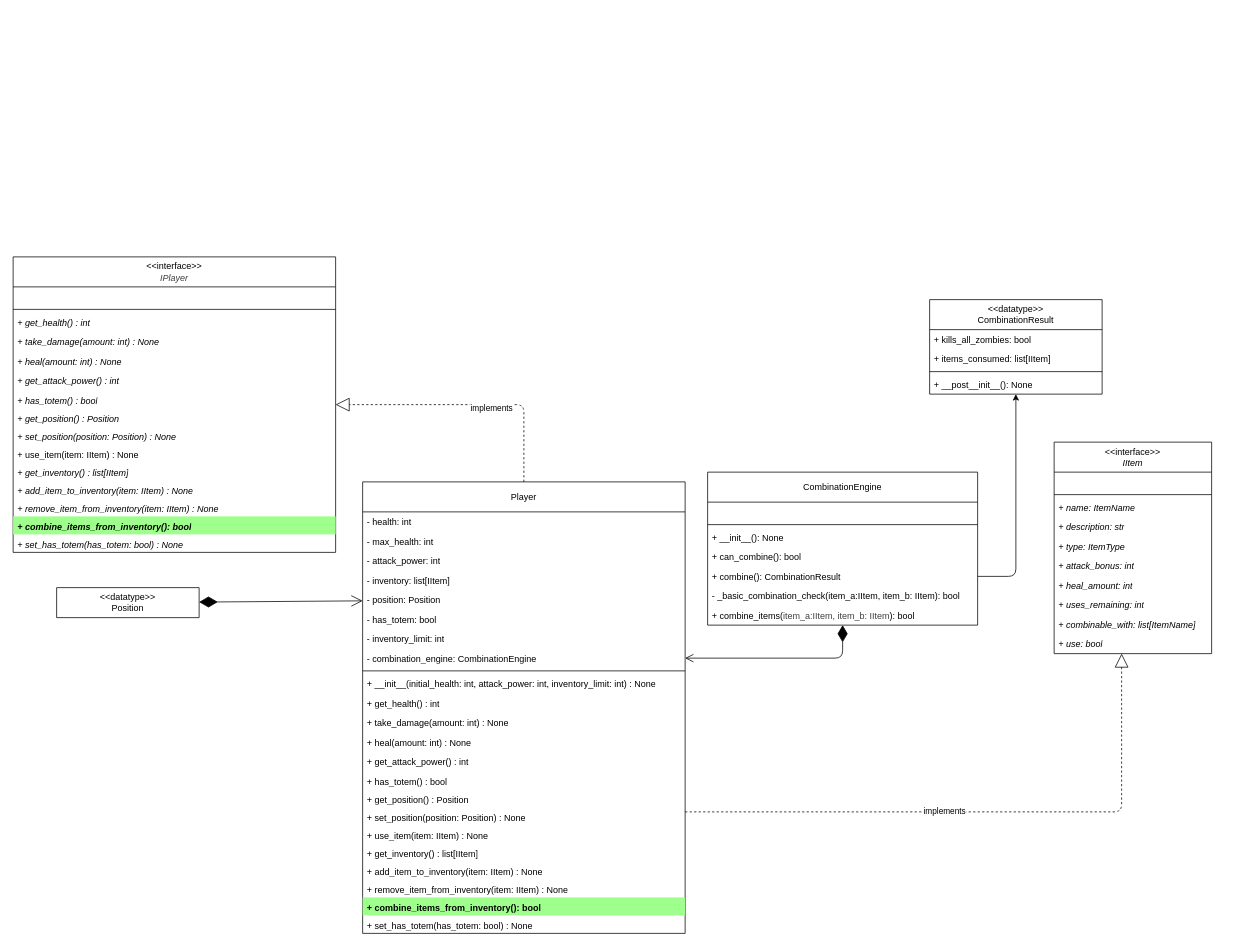
Before: page "player_before" (2 of 3) of src/model/before_pattern.drawio in arsenie-sarmiento/ZombieInMyPocket, a draw.io diagram. Source tidied: cells renumbered, new cells numbered last; positions are measured from the earlier drawing's top-left corner, leaving out a move shared by most shapes. Both pictures are drawn from the tidied source at 75%, with x=0, y=0 at pixel (13, 256).
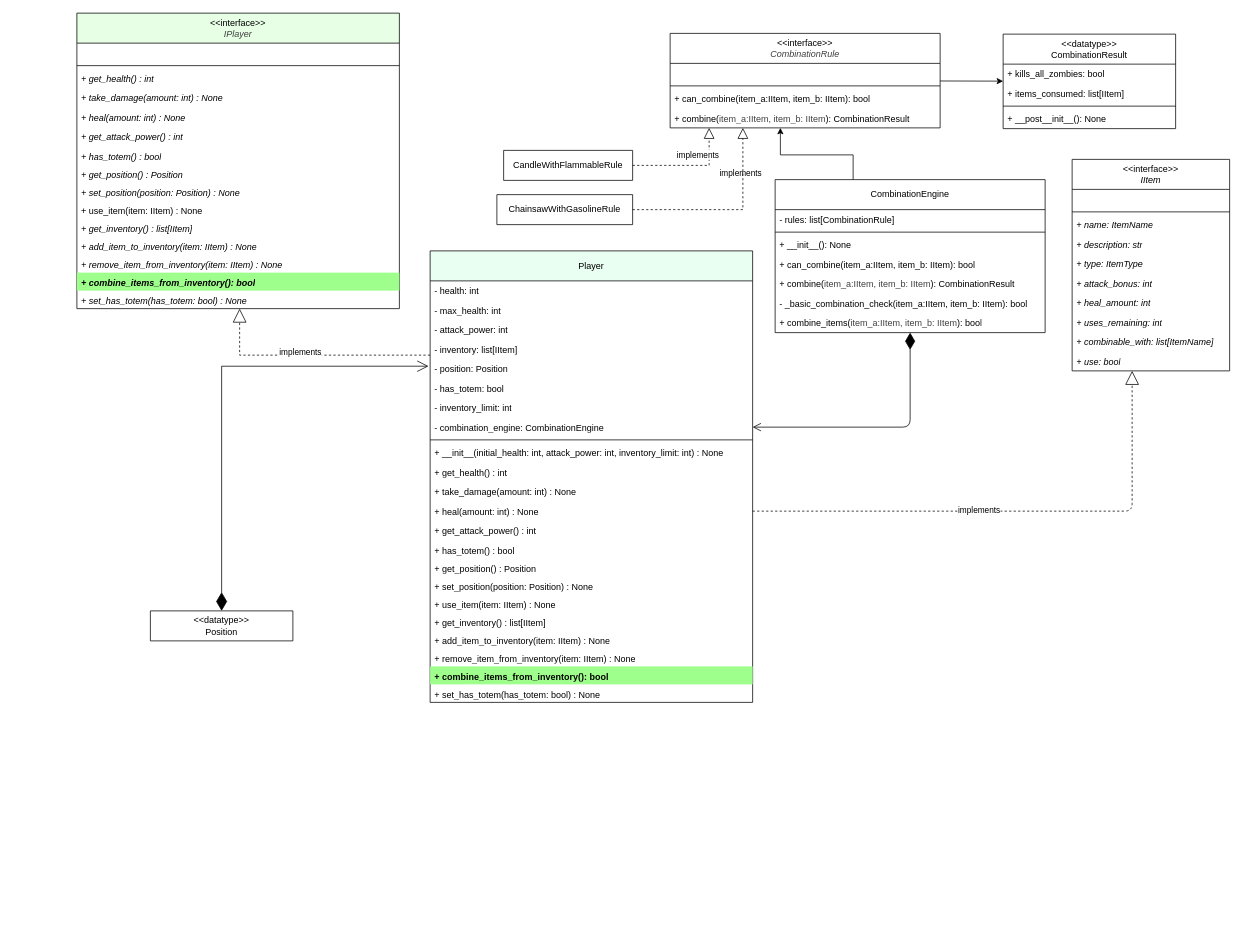
After the change.

Unchanged cells that the change refers to:
```xml
<mxCell id="8" value="- position: Position" style="text;strokeColor=none;fillColor=none;align=left;verticalAlign=top;spacingLeft=4;spacingRight=4;overflow=hidden;points=[[0,0.5],[1,0.5]];portConstraint=eastwest;whiteSpace=wrap;html=1;" parent="3" vertex="1">
  <mxGeometry y="144" width="430" height="26" as="geometry" />
</mxCell>
```

What changed in the source:
```diff
@@
-    <mxCell id="2" style="html=1;endArrow=diamondThin;endFill=1;endSize=22;startSize=13;startArrow=open;startFill=0;" parent="1" edge="1" source="8" target="27">
+    <mxCell id="2" style="html=1;endArrow=diamondThin;endFill=1;endSize=22;startSize=13;startArrow=open;startFill=0;exitX=-0.005;exitY=0.375;exitDx=0;exitDy=0;exitPerimeter=0;edgeStyle=orthogonalEdgeStyle;rounded=0;curved=0;" parent="1" edge="1" source="8" target="27">
       <mxGeometry relative="1" as="geometry" />
     </mxCell>
-    <mxCell id="3" value="Player" style="swimlane;fontStyle=0;horizontal=1;startSize=40;fillColor=none;whiteSpace=wrap;html=1;" parent="1" vertex="1">
-      <mxGeometry x="466" y="300" width="430" height="602" as="geometry" />
+    <mxCell id="3" value="Player" style="swimlane;fontStyle=0;horizontal=1;startSize=40;fillColor=#E8FFF1;whiteSpace=wrap;html=1;" parent="1" vertex="1">
+      <mxGeometry x="556" y="-8" width="430" height="602" as="geometry" />
     </mxCell>
@@
     <mxCell id="27" value="&amp;lt;&amp;lt;datatype&amp;gt;&amp;gt;&lt;br&gt;Position" style="swimlane;fontStyle=0;horizontal=1;startSize=40;fillColor=none;whiteSpace=wrap;html=1;" parent="1" vertex="1" collapsed="1">
-      <mxGeometry x="58" y="441" width="190" height="40" as="geometry" />
+      <mxGeometry x="183" y="472" width="190" height="40" as="geometry" />
     </mxCell>
-    <mxCell id="28" style="edgeStyle=orthogonalEdgeStyle;html=1;strokeColor=default;endArrow=block;endFill=0;dashed=1;strokeWidth=1;endSize=16;exitX=0.5;exitY=0;exitDx=0;exitDy=0;" parent="1" edge="1" source="3" target="49">
-      <mxGeometry relative="1" as="geometry" />
+    <mxCell id="28" style="edgeStyle=orthogonalEdgeStyle;html=1;strokeColor=default;endArrow=block;endFill=0;dashed=1;strokeWidth=1;endSize=16;rounded=0;curved=0;" parent="1" edge="1" source="3" target="49">
+      <mxGeometry relative="1" as="geometry">
+        <Array as="points">
+          <mxPoint x="302" y="131" />
+        </Array>
+      </mxGeometry>
     </mxCell>
     <mxCell id="29" value="implements" style="edgeLabel;html=1;align=center;verticalAlign=middle;" parent="28" vertex="1">
       <mxGeometry x="-0.13" y="3" relative="1" as="geometry">
-        <mxPoint x="7" y="1" as="offset" />
+        <mxPoint x="-37" y="-8" as="offset" />
       </mxGeometry>
     </mxCell>
     <mxCell id="30" value="&amp;lt;&amp;lt;interface&amp;gt;&amp;gt;&lt;br&gt;&lt;i&gt;IItem&lt;/i&gt;" style="swimlane;fontStyle=0;horizontal=1;startSize=40;fillColor=none;whiteSpace=wrap;html=1;" parent="1" vertex="1">
-      <mxGeometry x="1388" y="247" width="210" height="282" as="geometry" />
+      <mxGeometry x="1412" y="-130" width="210" height="282" as="geometry" />
     </mxCell>
@@
+    <mxCell id="74" style="edgeStyle=orthogonalEdgeStyle;html=1;rounded=0;curved=0;" parent="1" edge="1" source="41" target="76">
+      <mxGeometry relative="1" as="geometry">
+        <Array as="points">
+          <mxPoint x="1120" y="-136" />
+          <mxPoint x="1023" y="-136" />
+        </Array>
+      </mxGeometry>
+    </mxCell>
     <mxCell id="41" value="CombinationEngine" style="swimlane;fontStyle=0;horizontal=1;startSize=40;fillColor=none;whiteSpace=wrap;html=1;" parent="1" vertex="1">
-      <mxGeometry x="926" y="287" width="360" height="204" as="geometry" />
+      <mxGeometry x="1016" y="-103" width="360" height="204" as="geometry" />
     </mxCell>
-    <mxCell id="42" value="&amp;nbsp;" style="text;strokeColor=none;fillColor=none;align=left;verticalAlign=top;spacingLeft=4;spacingRight=4;overflow=hidden;whiteSpace=wrap;html=1;" parent="41" vertex="1">
-      <mxGeometry y="40" width="360" height="26" as="geometry" />
-    </mxCell>
+    <mxCell id="75" value="&lt;span style=&quot;font-style: normal;&quot;&gt;- rules: list[CombinationRule]&lt;/span&gt;" style="text;strokeColor=none;fillColor=none;align=left;verticalAlign=top;spacingLeft=4;spacingRight=4;overflow=hidden;whiteSpace=wrap;html=1;fontStyle=2;" parent="41" vertex="1">
+      <mxGeometry y="40" width="360" height="26" as="geometry" />
+    </mxCell>
@@
-    <mxCell id="45" value="&lt;span style=&quot;font-style: normal;&quot;&gt;+ can_combine(): bool&lt;/span&gt;" style="text;strokeColor=none;fillColor=none;align=left;verticalAlign=top;spacingLeft=4;spacingRight=4;overflow=hidden;whiteSpace=wrap;html=1;fontStyle=2;" parent="41" vertex="1">
+    <mxCell id="45" value="&lt;span style=&quot;font-style: normal;&quot;&gt;+ can_combine(item_a:IItem, item_b: IItem): bool&lt;/span&gt;" style="text;strokeColor=none;fillColor=none;align=left;verticalAlign=top;spacingLeft=4;spacingRight=4;overflow=hidden;whiteSpace=wrap;html=1;fontStyle=2;" parent="41" vertex="1">
       <mxGeometry y="100" width="360" height="26" as="geometry" />
     </mxCell>
-    <mxCell id="46" value="&lt;span style=&quot;font-style: normal;&quot;&gt;+ combine(): CombinationResult&lt;/span&gt;" style="text;strokeColor=none;fillColor=none;align=left;verticalAlign=top;spacingLeft=4;spacingRight=4;overflow=hidden;points=[[0,0.5],[1,0.5]];portConstraint=eastwest;whiteSpace=wrap;html=1;fontStyle=2;" parent="41" vertex="1">
+    <mxCell id="46" value="&lt;span style=&quot;font-style: normal;&quot;&gt;+ combine(&lt;/span&gt;&lt;span style=&quot;color: rgb(63, 63, 63); font-style: normal;&quot;&gt;item_a:IItem, item_b: IItem&lt;/span&gt;&lt;span style=&quot;font-style: normal;&quot;&gt;): CombinationResult&lt;/span&gt;" style="text;strokeColor=none;fillColor=none;align=left;verticalAlign=top;spacingLeft=4;spacingRight=4;overflow=hidden;points=[[0,0.5],[1,0.5]];portConstraint=eastwest;whiteSpace=wrap;html=1;fontStyle=2;" parent="41" vertex="1">
       <mxGeometry y="126" width="360" height="26" as="geometry" />
     </mxCell>
@@
-    <mxCell id="49" value="&lt;span style=&quot;color: rgb(0, 0, 0);&quot;&gt;&amp;lt;&amp;lt;interface&amp;gt;&amp;gt;&lt;/span&gt;&lt;br style=&quot;color: rgb(63, 63, 63); scrollbar-color: rgb(226, 226, 226) rgb(251, 251, 251);&quot;&gt;&lt;i style=&quot;color: rgb(63, 63, 63); scrollbar-color: rgb(226, 226, 226) rgb(251, 251, 251);&quot;&gt;IPlayer&lt;/i&gt;" style="swimlane;fontStyle=0;horizontal=1;startSize=40;fillColor=none;whiteSpace=wrap;html=1;" parent="1" vertex="1">
-      <mxGeometry width="430" height="394" as="geometry" />
+    <mxCell id="49" value="&lt;span style=&quot;color: rgb(0, 0, 0);&quot;&gt;&amp;lt;&amp;lt;interface&amp;gt;&amp;gt;&lt;/span&gt;&lt;br style=&quot;color: rgb(63, 63, 63); scrollbar-color: rgb(226, 226, 226) rgb(251, 251, 251);&quot;&gt;&lt;i style=&quot;color: rgb(63, 63, 63); scrollbar-color: rgb(226, 226, 226) rgb(251, 251, 251);&quot;&gt;IPlayer&lt;/i&gt;" style="swimlane;fontStyle=0;horizontal=1;startSize=40;fillColor=#E6FFE5;whiteSpace=wrap;html=1;" parent="1" vertex="1">
+      <mxGeometry x="85" y="-325" width="430" height="394" as="geometry" />
     </mxCell>
@@
     <mxCell id="65" style="edgeStyle=orthogonalEdgeStyle;html=1;strokeColor=default;endArrow=block;endFill=0;dashed=1;strokeWidth=1;endSize=16;" parent="1" edge="1" source="3" target="30">
       <mxGeometry relative="1" as="geometry">
         <Array as="points">
-          <mxPoint x="1478" y="740" />
+          <mxPoint x="1492" y="339" />
         </Array>
       </mxGeometry>
     </mxCell>
@@
     <mxCell id="67" value="&amp;lt;&amp;lt;datatype&amp;gt;&amp;gt;&lt;br&gt;CombinationResult" style="swimlane;fontStyle=0;horizontal=1;startSize=40;fillColor=none;whiteSpace=wrap;html=1;" parent="1" vertex="1">
-      <mxGeometry x="1222" y="57" width="230" height="126" as="geometry" />
+      <mxGeometry x="1320" y="-297" width="230" height="126" as="geometry" />
     </mxCell>
@@
-    <mxCell id="72" style="edgeStyle=orthogonalEdgeStyle;html=1;exitX=1;exitY=0.5;exitDx=0;exitDy=0;" parent="1" edge="1" source="46" target="67">
+    <mxCell id="72" style="html=1;" parent="1" edge="1" source="76" target="67">
       <mxGeometry relative="1" as="geometry" />
     </mxCell>
@@
+    <mxCell id="76" value="&lt;span style=&quot;color: rgb(0, 0, 0);&quot;&gt;&amp;lt;&amp;lt;interface&amp;gt;&amp;gt;&lt;/span&gt;&lt;br style=&quot;color: rgb(63, 63, 63); scrollbar-color: rgb(226, 226, 226) rgb(251, 251, 251);&quot;&gt;&lt;i style=&quot;color: rgb(63, 63, 63); scrollbar-color: rgb(226, 226, 226) rgb(251, 251, 251);&quot;&gt;CombinationRule&lt;/i&gt;" style="swimlane;fontStyle=0;horizontal=1;startSize=40;fillColor=none;whiteSpace=wrap;html=1;" parent="1" vertex="1">
+      <mxGeometry x="876" y="-298" width="360" height="126" as="geometry" />
+    </mxCell>
+    <mxCell id="42" value="&amp;nbsp;" style="text;strokeColor=none;fillColor=none;align=left;verticalAlign=top;spacingLeft=4;spacingRight=4;overflow=hidden;whiteSpace=wrap;html=1;" parent="76" vertex="1">
+      <mxGeometry y="40" width="360" height="26" as="geometry" />
+    </mxCell>
+    <mxCell id="77" style="line;strokeWidth=1;fillColor=none;align=left;verticalAlign=middle;spacingTop=-1;spacingLeft=3;spacingRight=3;labelPosition=right;strokeColor=inherit;" parent="76" vertex="1">
+      <mxGeometry y="66" width="360" height="8" as="geometry" />
+    </mxCell>
+    <mxCell id="78" value="&lt;span style=&quot;font-style: normal;&quot;&gt;+ can_combine(item_a:IItem, item_b: IItem): bool&lt;/span&gt;" style="text;strokeColor=none;fillColor=none;align=left;verticalAlign=top;spacingLeft=4;spacingRight=4;overflow=hidden;whiteSpace=wrap;html=1;fontStyle=2;" parent="76" vertex="1">
+      <mxGeometry y="74" width="360" height="26" as="geometry" />
+    </mxCell>
+    <mxCell id="79" value="&lt;span style=&quot;font-style: normal;&quot;&gt;+ combine(&lt;/span&gt;&lt;span style=&quot;color: rgb(63, 63, 63); font-style: normal;&quot;&gt;item_a:IItem, item_b: IItem&lt;/span&gt;&lt;span style=&quot;font-style: normal;&quot;&gt;): CombinationResult&lt;/span&gt;" style="text;strokeColor=none;fillColor=none;align=left;verticalAlign=top;spacingLeft=4;spacingRight=4;overflow=hidden;whiteSpace=wrap;html=1;fontStyle=2;" parent="76" vertex="1">
+      <mxGeometry y="100" width="360" height="26" as="geometry" />
+    </mxCell>
+    <mxCell id="80" style="edgeStyle=orthogonalEdgeStyle;html=1;endArrow=block;endFill=0;rounded=0;endSize=12;dashed=1;" parent="1" edge="1" source="83" target="76">
+      <mxGeometry relative="1" as="geometry">
+        <Array as="points">
+          <mxPoint x="928" y="-122" />
+        </Array>
+      </mxGeometry>
+    </mxCell>
+    <mxCell id="81" value="implements" style="edgeLabel;html=1;align=center;verticalAlign=middle;" parent="80" vertex="1">
+      <mxGeometry x="0.51" y="6" relative="1" as="geometry">
+        <mxPoint x="-10" y="-2" as="offset" />
+      </mxGeometry>
+    </mxCell>
+    <mxCell id="82" value="implements" style="edgeLabel;html=1;align=center;verticalAlign=middle;" parent="80" vertex="1">
+      <mxGeometry x="0.77" y="1" relative="1" as="geometry">
+        <mxPoint x="42" y="42" as="offset" />
+      </mxGeometry>
+    </mxCell>
+    <mxCell id="83" value="CandleWithFlammableRule" style="swimlane;fontStyle=0;horizontal=1;startSize=40;fillColor=none;whiteSpace=wrap;html=1;" parent="1" vertex="1" collapsed="1">
+      <mxGeometry x="654" y="-142" width="172" height="40" as="geometry" />
+    </mxCell>
+    <mxCell id="84" style="edgeStyle=orthogonalEdgeStyle;html=1;endArrow=block;endFill=0;rounded=0;endSize=12;dashed=1;" parent="1" edge="1" source="85" target="76">
+      <mxGeometry relative="1" as="geometry">
+        <Array as="points">
+          <mxPoint x="973" y="-126" />
+          <mxPoint x="973" y="-126" />
+        </Array>
+      </mxGeometry>
+    </mxCell>
+    <mxCell id="85" value="ChainsawWithGasolineRule" style="swimlane;fontStyle=0;horizontal=1;startSize=40;fillColor=none;whiteSpace=wrap;html=1;" parent="1" vertex="1" collapsed="1">
+      <mxGeometry x="645" y="-83" width="181" height="40" as="geometry" />
+    </mxCell>
```
